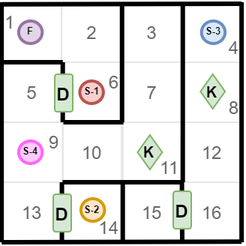
Above: Module7/practice/03_Maze-with-door/img/maze-with-door-task.png in boo-learn/SpecialistPython2_v2 (draw.io), before the change. Source tidied: cells renumbered, new cells last; positions are measured from the earlier drawing's top-left corner, leaving out a move shared by most shapes. Its diagram source:
```xml
<mxGraphModel>
  <root>
    <mxCell id="0" />
    <mxCell id="1" parent="0" />
    <mxCell id="2" value="&lt;font color=&quot;#666666&quot;&gt;1&lt;/font&gt;" style="rounded=0;whiteSpace=wrap;html=1;fillColor=none;strokeColor=#E6E6E6;align=left;verticalAlign=top;" parent="1" vertex="1">
      <mxGeometry x="-0.4" width="40" height="40" as="geometry" />
    </mxCell>
    <mxCell id="3" value="&lt;font color=&quot;#666666&quot;&gt;2&lt;/font&gt;" style="rounded=0;whiteSpace=wrap;html=1;fillColor=none;strokeColor=#E6E6E6;" parent="1" vertex="1">
      <mxGeometry x="39.6" width="40" height="40" as="geometry" />
    </mxCell>
    <mxCell id="4" value="&lt;font color=&quot;#666666&quot;&gt;3&lt;/font&gt;" style="rounded=0;whiteSpace=wrap;html=1;fillColor=none;strokeColor=#E6E6E6;" parent="1" vertex="1">
      <mxGeometry x="80.3" width="40" height="40" as="geometry" />
    </mxCell>
    <mxCell id="5" value="&lt;font color=&quot;#666666&quot;&gt;4&lt;/font&gt;" style="rounded=0;whiteSpace=wrap;html=1;fillColor=none;strokeColor=#E6E6E6;align=right;verticalAlign=bottom;" parent="1" vertex="1">
      <mxGeometry x="120.3" width="40" height="40" as="geometry" />
    </mxCell>
    <mxCell id="6" value="&lt;font color=&quot;#666666&quot;&gt;5&lt;/font&gt;" style="rounded=0;whiteSpace=wrap;html=1;fillColor=none;strokeColor=#E6E6E6;" parent="1" vertex="1">
      <mxGeometry x="-0.4" y="40" width="40" height="40" as="geometry" />
    </mxCell>
    <mxCell id="7" value="&lt;font color=&quot;#666666&quot;&gt;6&lt;/font&gt;" style="rounded=0;whiteSpace=wrap;html=1;fillColor=none;strokeColor=#E6E6E6;align=right;verticalAlign=top;" parent="1" vertex="1">
      <mxGeometry x="40.3" y="40" width="40" height="40" as="geometry" />
    </mxCell>
    <mxCell id="8" value="&lt;font color=&quot;#666666&quot;&gt;7&lt;/font&gt;" style="rounded=0;whiteSpace=wrap;html=1;fillColor=none;strokeColor=#E6E6E6;" parent="1" vertex="1">
      <mxGeometry x="80.3" y="40" width="40" height="40" as="geometry" />
    </mxCell>
    <mxCell id="9" value="&lt;font color=&quot;#666666&quot;&gt;8&lt;/font&gt;" style="rounded=0;whiteSpace=wrap;html=1;fillColor=none;strokeColor=#E6E6E6;verticalAlign=bottom;align=right;" parent="1" vertex="1">
      <mxGeometry x="120.3" y="40" width="40" height="40" as="geometry" />
    </mxCell>
    <mxCell id="10" value="&lt;font color=&quot;#666666&quot;&gt;9&lt;/font&gt;" style="rounded=0;whiteSpace=wrap;html=1;fillColor=none;strokeColor=#E6E6E6;align=right;verticalAlign=top;" parent="1" vertex="1">
      <mxGeometry x="0.3" y="80" width="40" height="40" as="geometry" />
    </mxCell>
    <mxCell id="11" value="&lt;font color=&quot;#666666&quot;&gt;10&lt;/font&gt;" style="rounded=0;whiteSpace=wrap;html=1;fillColor=none;strokeColor=#E6E6E6;" parent="1" vertex="1">
      <mxGeometry x="40.3" y="80" width="40" height="40" as="geometry" />
    </mxCell>
    <mxCell id="12" value="&lt;font color=&quot;#666666&quot;&gt;11&lt;/font&gt;" style="rounded=0;whiteSpace=wrap;html=1;fillColor=none;strokeColor=#E6E6E6;align=right;verticalAlign=bottom;" parent="1" vertex="1">
      <mxGeometry x="79.6" y="80" width="40" height="40" as="geometry" />
    </mxCell>
    <mxCell id="13" value="&lt;font color=&quot;#666666&quot;&gt;12&lt;/font&gt;" style="rounded=0;whiteSpace=wrap;html=1;fillColor=none;strokeColor=#E6E6E6;" parent="1" vertex="1">
      <mxGeometry x="120.3" y="80" width="40" height="40" as="geometry" />
    </mxCell>
    <mxCell id="14" value="&lt;font color=&quot;#666666&quot;&gt;13&lt;/font&gt;" style="rounded=0;whiteSpace=wrap;html=1;fillColor=none;strokeColor=#E6E6E6;align=center;verticalAlign=middle;" parent="1" vertex="1">
      <mxGeometry x="0.3" y="120" width="40" height="40" as="geometry" />
    </mxCell>
    <mxCell id="15" value="&lt;font color=&quot;#666666&quot;&gt;14&lt;/font&gt;" style="rounded=0;whiteSpace=wrap;html=1;fillColor=none;strokeColor=#E6E6E6;align=right;verticalAlign=bottom;" parent="1" vertex="1">
      <mxGeometry x="40.3" y="120" width="40" height="40" as="geometry" />
    </mxCell>
    <mxCell id="16" value="&lt;font color=&quot;#666666&quot;&gt;15&lt;/font&gt;" style="rounded=0;whiteSpace=wrap;html=1;fillColor=none;strokeColor=#E6E6E6;align=center;verticalAlign=middle;" parent="1" vertex="1">
      <mxGeometry x="79.6" y="120" width="40" height="40" as="geometry" />
    </mxCell>
    <mxCell id="17" value="&lt;font color=&quot;#666666&quot;&gt;16&lt;/font&gt;" style="rounded=0;whiteSpace=wrap;html=1;fillColor=none;strokeColor=#E6E6E6;" parent="1" vertex="1">
      <mxGeometry x="120.3" y="120" width="40" height="40" as="geometry" />
    </mxCell>
    <mxCell id="18" style="endArrow=none;html=1;strokeWidth=3;" parent="1" edge="1">
      <mxGeometry relative="1" as="geometry">
        <mxPoint x="0.3" y="40" as="sourcePoint" />
        <mxPoint x="40.3" y="40" as="targetPoint" />
      </mxGeometry>
    </mxCell>
    <mxCell id="19" style="endArrow=none;html=1;strokeWidth=3;" parent="1" edge="1">
      <mxGeometry relative="1" as="geometry">
        <mxPoint x="79.9" y="40" as="sourcePoint" />
        <mxPoint x="79.9" as="targetPoint" />
      </mxGeometry>
    </mxCell>
    <mxCell id="20" style="endArrow=none;html=1;strokeWidth=3;" parent="1" edge="1">
      <mxGeometry relative="1" as="geometry">
        <mxPoint x="79.9" y="80" as="sourcePoint" />
        <mxPoint x="79.9" y="40" as="targetPoint" />
      </mxGeometry>
    </mxCell>
    <mxCell id="21" style="endArrow=none;html=1;strokeWidth=3;" parent="1" edge="1">
      <mxGeometry relative="1" as="geometry">
        <mxPoint x="39.8" y="160" as="sourcePoint" />
        <mxPoint x="39.8" y="120" as="targetPoint" />
      </mxGeometry>
    </mxCell>
    <mxCell id="22" style="endArrow=none;html=1;strokeWidth=3;" parent="1" edge="1">
      <mxGeometry relative="1" as="geometry">
        <mxPoint x="40.8" y="80" as="sourcePoint" />
        <mxPoint x="80.8" y="80" as="targetPoint" />
      </mxGeometry>
    </mxCell>
    <mxCell id="23" style="endArrow=none;html=1;strokeWidth=3;" parent="1" edge="1">
      <mxGeometry relative="1" as="geometry">
        <mxPoint x="40.2" y="120" as="sourcePoint" />
        <mxPoint x="80.2" y="120" as="targetPoint" />
      </mxGeometry>
    </mxCell>
    <mxCell id="24" style="endArrow=none;html=1;strokeColor=#000000;strokeWidth=3;" parent="1" edge="1">
      <mxGeometry relative="1" as="geometry">
        <mxPoint x="119.8" y="120" as="sourcePoint" />
        <mxPoint x="120" y="160" as="targetPoint" />
      </mxGeometry>
    </mxCell>
    <mxCell id="25" style="endArrow=none;html=1;strokeWidth=3;exitX=0;exitY=1;exitDx=0;exitDy=0;" parent="1" edge="1" source="13">
      <mxGeometry relative="1" as="geometry">
        <mxPoint x="120.4" y="40" as="targetPoint" />
      </mxGeometry>
    </mxCell>
    <mxCell id="26" style="endArrow=none;html=1;strokeWidth=3;" parent="1" edge="1">
      <mxGeometry relative="1" as="geometry">
        <mxPoint x="120.4" y="40" as="sourcePoint" />
        <mxPoint x="120.4" as="targetPoint" />
      </mxGeometry>
    </mxCell>
    <mxCell id="27" style="endArrow=none;html=1;strokeWidth=3;exitX=1;exitY=0;exitDx=0;exitDy=0;" parent="1" edge="1" source="16">
      <mxGeometry relative="1" as="geometry">
        <mxPoint x="80.4" y="120" as="targetPoint" />
      </mxGeometry>
    </mxCell>
    <mxCell id="28" style="endArrow=none;html=1;strokeWidth=3;" parent="1" edge="1">
      <mxGeometry relative="1" as="geometry">
        <mxPoint x="-0.4" y="160" as="sourcePoint" />
        <mxPoint x="-0.4" as="targetPoint" />
      </mxGeometry>
    </mxCell>
    <mxCell id="29" style="endArrow=none;html=1;strokeWidth=3;" parent="1" edge="1">
      <mxGeometry relative="1" as="geometry">
        <mxPoint x="-0.4" y="1.4" as="sourcePoint" />
        <mxPoint x="159.6" y="1" as="targetPoint" />
      </mxGeometry>
    </mxCell>
    <mxCell id="30" style="endArrow=none;html=1;strokeWidth=3;" parent="1" edge="1">
      <mxGeometry relative="1" as="geometry">
        <mxPoint x="159.6" y="160" as="sourcePoint" />
        <mxPoint x="159.6" as="targetPoint" />
      </mxGeometry>
    </mxCell>
    <mxCell id="31" style="endArrow=none;html=1;strokeWidth=3;" parent="1" edge="1">
      <mxGeometry relative="1" as="geometry">
        <mxPoint x="-0.4" y="160" as="sourcePoint" />
        <mxPoint x="159.6" y="159.6" as="targetPoint" />
      </mxGeometry>
    </mxCell>
    <mxCell id="32" value="&lt;b&gt;K&lt;/b&gt;" style="rhombus;whiteSpace=wrap;html=1;strokeColor=#82b366;strokeWidth=1;fillColor=#d5e8d4;align=center;fontSize=10;" parent="1" vertex="1">
      <mxGeometry x="90.2" y="88.5" width="16.4" height="23" as="geometry" />
    </mxCell>
    <mxCell id="33" style="endArrow=none;html=1;strokeWidth=3;" parent="1" edge="1">
      <mxGeometry relative="1" as="geometry">
        <mxPoint x="40.3" y="80" as="sourcePoint" />
        <mxPoint x="40.3" y="40" as="targetPoint" />
      </mxGeometry>
    </mxCell>
    <mxCell id="34" value="&lt;font style=&quot;font-size: 8px ; line-height: 100%&quot;&gt;&lt;sup&gt;&lt;b&gt;F&lt;/b&gt;&lt;/sup&gt;&lt;/font&gt;" style="ellipse;whiteSpace=wrap;html=1;strokeColor=#9673a6;strokeWidth=2;fillColor=#e1d5e7;align=center;" parent="1" vertex="1">
      <mxGeometry x="10.9" y="12.5" width="15.7" height="15" as="geometry" />
    </mxCell>
    <mxCell id="35" value="&lt;b&gt;D&lt;/b&gt;" style="rounded=1;whiteSpace=wrap;html=1;strokeColor=#82b366;strokeWidth=1;fillColor=#d5e8d4;align=center;" parent="1" vertex="1">
      <mxGeometry x="35" y="48" width="12" height="25" as="geometry" />
    </mxCell>
    <mxCell id="36" value="&lt;font style=&quot;font-size: 8px ; line-height: 100%&quot;&gt;&lt;sup&gt;&lt;b&gt;S-1&lt;/b&gt;&lt;/sup&gt;&lt;/font&gt;" style="ellipse;whiteSpace=wrap;html=1;strokeColor=#b85450;strokeWidth=2;fillColor=#f8cecc;align=center;" parent="1" vertex="1">
      <mxGeometry x="51.7" y="52.5" width="15.7" height="15" as="geometry" />
    </mxCell>
    <mxCell id="37" value="&lt;b&gt;D&lt;/b&gt;" style="rounded=1;whiteSpace=wrap;html=1;strokeColor=#82b366;strokeWidth=1;fillColor=#d5e8d4;align=center;" parent="1" vertex="1">
      <mxGeometry x="34" y="128" width="12" height="25" as="geometry" />
    </mxCell>
    <mxCell id="38" value="&lt;font style=&quot;font-size: 8px ; line-height: 100%&quot;&gt;&lt;sup&gt;&lt;b&gt;S-2&lt;/b&gt;&lt;/sup&gt;&lt;/font&gt;" style="ellipse;whiteSpace=wrap;html=1;strokeColor=#d79b00;strokeWidth=2;fillColor=#ffe6cc;align=center;" parent="1" vertex="1">
      <mxGeometry x="52.5" y="131" width="15.7" height="15" as="geometry" />
    </mxCell>
    <mxCell id="39" value="&lt;b&gt;K&lt;/b&gt;" style="rhombus;whiteSpace=wrap;html=1;strokeColor=#82b366;strokeWidth=1;fillColor=#d5e8d4;align=center;fontSize=10;" parent="1" vertex="1">
      <mxGeometry x="132.1" y="48" width="16.4" height="23" as="geometry" />
    </mxCell>
    <mxCell id="40" value="&lt;font style=&quot;font-size: 8px ; line-height: 100%&quot;&gt;&lt;sup&gt;&lt;b&gt;S-3&lt;/b&gt;&lt;/sup&gt;&lt;/font&gt;" style="ellipse;whiteSpace=wrap;html=1;strokeColor=#6c8ebf;strokeWidth=2;fillColor=#dae8fc;align=center;" parent="1" vertex="1">
      <mxGeometry x="132.9" y="12.5" width="15.7" height="15" as="geometry" />
    </mxCell>
    <mxCell id="41" value="&lt;font style=&quot;font-size: 8px ; line-height: 100%&quot;&gt;&lt;sup&gt;&lt;b&gt;S-4&lt;/b&gt;&lt;/sup&gt;&lt;/font&gt;" style="ellipse;whiteSpace=wrap;html=1;strokeWidth=2;align=center;strokeColor=#FF66FF;fillColor=#FFCCFF;" parent="1" vertex="1">
      <mxGeometry x="10.9" y="92.5" width="15.7" height="15" as="geometry" />
    </mxCell>
    <mxCell id="42" value="&lt;b&gt;D&lt;/b&gt;" style="rounded=1;whiteSpace=wrap;html=1;strokeColor=#82b366;strokeWidth=1;fillColor=#d5e8d4;align=center;" parent="1" vertex="1">
      <mxGeometry x="114" y="126" width="12" height="25" as="geometry" />
    </mxCell>
    <mxCell id="43" style="endArrow=none;html=1;strokeWidth=3;" parent="1" edge="1">
      <mxGeometry relative="1" as="geometry">
        <mxPoint x="80.3" y="158.5" as="sourcePoint" />
        <mxPoint x="80.3" y="118.5" as="targetPoint" />
      </mxGeometry>
    </mxCell>
  </root>
</mxGraphModel>
```
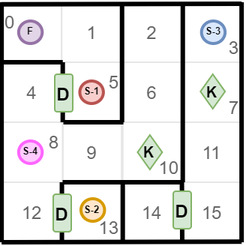
The same diagram one commit later.

The edit, as a diff of the source:
```diff
@@ -2,52 +2,52 @@
   <root>
     <mxCell id="0" />
     <mxCell id="1" parent="0" />
-    <mxCell id="2" value="&lt;font color=&quot;#666666&quot;&gt;1&lt;/font&gt;" style="rounded=0;whiteSpace=wrap;html=1;fillColor=none;strokeColor=#E6E6E6;align=left;verticalAlign=top;" parent="1" vertex="1">
+    <mxCell id="2" value="&lt;font color=&quot;#666666&quot;&gt;0&lt;/font&gt;" style="rounded=0;whiteSpace=wrap;html=1;fillColor=none;strokeColor=#E6E6E6;align=left;verticalAlign=top;" parent="1" vertex="1">
       <mxGeometry x="-0.4" width="40" height="40" as="geometry" />
     </mxCell>
-    <mxCell id="3" value="&lt;font color=&quot;#666666&quot;&gt;2&lt;/font&gt;" style="rounded=0;whiteSpace=wrap;html=1;fillColor=none;strokeColor=#E6E6E6;" parent="1" vertex="1">
+    <mxCell id="3" value="&lt;font color=&quot;#666666&quot;&gt;1&lt;/font&gt;" style="rounded=0;whiteSpace=wrap;html=1;fillColor=none;strokeColor=#E6E6E6;" parent="1" vertex="1">
       <mxGeometry x="39.6" width="40" height="40" as="geometry" />
     </mxCell>
-    <mxCell id="4" value="&lt;font color=&quot;#666666&quot;&gt;3&lt;/font&gt;" style="rounded=0;whiteSpace=wrap;html=1;fillColor=none;strokeColor=#E6E6E6;" parent="1" vertex="1">
+    <mxCell id="4" value="&lt;font color=&quot;#666666&quot;&gt;2&lt;/font&gt;" style="rounded=0;whiteSpace=wrap;html=1;fillColor=none;strokeColor=#E6E6E6;" parent="1" vertex="1">
       <mxGeometry x="80.3" width="40" height="40" as="geometry" />
     </mxCell>
-    <mxCell id="5" value="&lt;font color=&quot;#666666&quot;&gt;4&lt;/font&gt;" style="rounded=0;whiteSpace=wrap;html=1;fillColor=none;strokeColor=#E6E6E6;align=right;verticalAlign=bottom;" parent="1" vertex="1">
+    <mxCell id="5" value="&lt;font color=&quot;#666666&quot;&gt;3&lt;/font&gt;" style="rounded=0;whiteSpace=wrap;html=1;fillColor=none;strokeColor=#E6E6E6;align=right;verticalAlign=bottom;" parent="1" vertex="1">
       <mxGeometry x="120.3" width="40" height="40" as="geometry" />
     </mxCell>
-    <mxCell id="6" value="&lt;font color=&quot;#666666&quot;&gt;5&lt;/font&gt;" style="rounded=0;whiteSpace=wrap;html=1;fillColor=none;strokeColor=#E6E6E6;" parent="1" vertex="1">
+    <mxCell id="6" value="&lt;font color=&quot;#666666&quot;&gt;4&lt;/font&gt;" style="rounded=0;whiteSpace=wrap;html=1;fillColor=none;strokeColor=#E6E6E6;" parent="1" vertex="1">
       <mxGeometry x="-0.4" y="40" width="40" height="40" as="geometry" />
     </mxCell>
-    <mxCell id="7" value="&lt;font color=&quot;#666666&quot;&gt;6&lt;/font&gt;" style="rounded=0;whiteSpace=wrap;html=1;fillColor=none;strokeColor=#E6E6E6;align=right;verticalAlign=top;" parent="1" vertex="1">
+    <mxCell id="7" value="&lt;font color=&quot;#666666&quot;&gt;5&lt;/font&gt;" style="rounded=0;whiteSpace=wrap;html=1;fillColor=none;strokeColor=#E6E6E6;align=right;verticalAlign=top;" parent="1" vertex="1">
       <mxGeometry x="40.3" y="40" width="40" height="40" as="geometry" />
     </mxCell>
-    <mxCell id="8" value="&lt;font color=&quot;#666666&quot;&gt;7&lt;/font&gt;" style="rounded=0;whiteSpace=wrap;html=1;fillColor=none;strokeColor=#E6E6E6;" parent="1" vertex="1">
+    <mxCell id="8" value="&lt;font color=&quot;#666666&quot;&gt;6&lt;/font&gt;" style="rounded=0;whiteSpace=wrap;html=1;fillColor=none;strokeColor=#E6E6E6;" parent="1" vertex="1">
       <mxGeometry x="80.3" y="40" width="40" height="40" as="geometry" />
     </mxCell>
-    <mxCell id="9" value="&lt;font color=&quot;#666666&quot;&gt;8&lt;/font&gt;" style="rounded=0;whiteSpace=wrap;html=1;fillColor=none;strokeColor=#E6E6E6;verticalAlign=bottom;align=right;" parent="1" vertex="1">
+    <mxCell id="9" value="&lt;font color=&quot;#666666&quot;&gt;7&lt;/font&gt;" style="rounded=0;whiteSpace=wrap;html=1;fillColor=none;strokeColor=#E6E6E6;verticalAlign=bottom;align=right;" parent="1" vertex="1">
       <mxGeometry x="120.3" y="40" width="40" height="40" as="geometry" />
     </mxCell>
-    <mxCell id="10" value="&lt;font color=&quot;#666666&quot;&gt;9&lt;/font&gt;" style="rounded=0;whiteSpace=wrap;html=1;fillColor=none;strokeColor=#E6E6E6;align=right;verticalAlign=top;" parent="1" vertex="1">
+    <mxCell id="10" value="&lt;font color=&quot;#666666&quot;&gt;8&lt;/font&gt;" style="rounded=0;whiteSpace=wrap;html=1;fillColor=none;strokeColor=#E6E6E6;align=right;verticalAlign=top;" parent="1" vertex="1">
       <mxGeometry x="0.3" y="80" width="40" height="40" as="geometry" />
     </mxCell>
-    <mxCell id="11" value="&lt;font color=&quot;#666666&quot;&gt;10&lt;/font&gt;" style="rounded=0;whiteSpace=wrap;html=1;fillColor=none;strokeColor=#E6E6E6;" parent="1" vertex="1">
+    <mxCell id="11" value="&lt;font color=&quot;#666666&quot;&gt;9&lt;/font&gt;" style="rounded=0;whiteSpace=wrap;html=1;fillColor=none;strokeColor=#E6E6E6;" parent="1" vertex="1">
       <mxGeometry x="40.3" y="80" width="40" height="40" as="geometry" />
     </mxCell>
-    <mxCell id="12" value="&lt;font color=&quot;#666666&quot;&gt;11&lt;/font&gt;" style="rounded=0;whiteSpace=wrap;html=1;fillColor=none;strokeColor=#E6E6E6;align=right;verticalAlign=bottom;" parent="1" vertex="1">
+    <mxCell id="12" value="&lt;font color=&quot;#666666&quot;&gt;10&lt;/font&gt;" style="rounded=0;whiteSpace=wrap;html=1;fillColor=none;strokeColor=#E6E6E6;align=right;verticalAlign=bottom;" parent="1" vertex="1">
       <mxGeometry x="79.6" y="80" width="40" height="40" as="geometry" />
     </mxCell>
-    <mxCell id="13" value="&lt;font color=&quot;#666666&quot;&gt;12&lt;/font&gt;" style="rounded=0;whiteSpace=wrap;html=1;fillColor=none;strokeColor=#E6E6E6;" parent="1" vertex="1">
+    <mxCell id="13" value="&lt;font color=&quot;#666666&quot;&gt;11&lt;/font&gt;" style="rounded=0;whiteSpace=wrap;html=1;fillColor=none;strokeColor=#E6E6E6;" parent="1" vertex="1">
       <mxGeometry x="120.3" y="80" width="40" height="40" as="geometry" />
     </mxCell>
-    <mxCell id="14" value="&lt;font color=&quot;#666666&quot;&gt;13&lt;/font&gt;" style="rounded=0;whiteSpace=wrap;html=1;fillColor=none;strokeColor=#E6E6E6;align=center;verticalAlign=middle;" parent="1" vertex="1">
+    <mxCell id="14" value="&lt;font color=&quot;#666666&quot;&gt;12&lt;/font&gt;" style="rounded=0;whiteSpace=wrap;html=1;fillColor=none;strokeColor=#E6E6E6;align=center;verticalAlign=middle;" parent="1" vertex="1">
       <mxGeometry x="0.3" y="120" width="40" height="40" as="geometry" />
     </mxCell>
-    <mxCell id="15" value="&lt;font color=&quot;#666666&quot;&gt;14&lt;/font&gt;" style="rounded=0;whiteSpace=wrap;html=1;fillColor=none;strokeColor=#E6E6E6;align=right;verticalAlign=bottom;" parent="1" vertex="1">
+    <mxCell id="15" value="&lt;font color=&quot;#666666&quot;&gt;13&lt;/font&gt;" style="rounded=0;whiteSpace=wrap;html=1;fillColor=none;strokeColor=#E6E6E6;align=right;verticalAlign=bottom;" parent="1" vertex="1">
       <mxGeometry x="40.3" y="120" width="40" height="40" as="geometry" />
     </mxCell>
-    <mxCell id="16" value="&lt;font color=&quot;#666666&quot;&gt;15&lt;/font&gt;" style="rounded=0;whiteSpace=wrap;html=1;fillColor=none;strokeColor=#E6E6E6;align=center;verticalAlign=middle;" parent="1" vertex="1">
+    <mxCell id="16" value="&lt;font color=&quot;#666666&quot;&gt;14&lt;/font&gt;" style="rounded=0;whiteSpace=wrap;html=1;fillColor=none;strokeColor=#E6E6E6;align=center;verticalAlign=middle;" parent="1" vertex="1">
       <mxGeometry x="79.6" y="120" width="40" height="40" as="geometry" />
     </mxCell>
-    <mxCell id="17" value="&lt;font color=&quot;#666666&quot;&gt;16&lt;/font&gt;" style="rounded=0;whiteSpace=wrap;html=1;fillColor=none;strokeColor=#E6E6E6;" parent="1" vertex="1">
+    <mxCell id="17" value="&lt;font color=&quot;#666666&quot;&gt;15&lt;/font&gt;" style="rounded=0;whiteSpace=wrap;html=1;fillColor=none;strokeColor=#E6E6E6;" parent="1" vertex="1">
       <mxGeometry x="120.3" y="120" width="40" height="40" as="geometry" />
     </mxCell>
     <mxCell id="18" style="endArrow=none;html=1;strokeWidth=3;" parent="1" edge="1">
```
